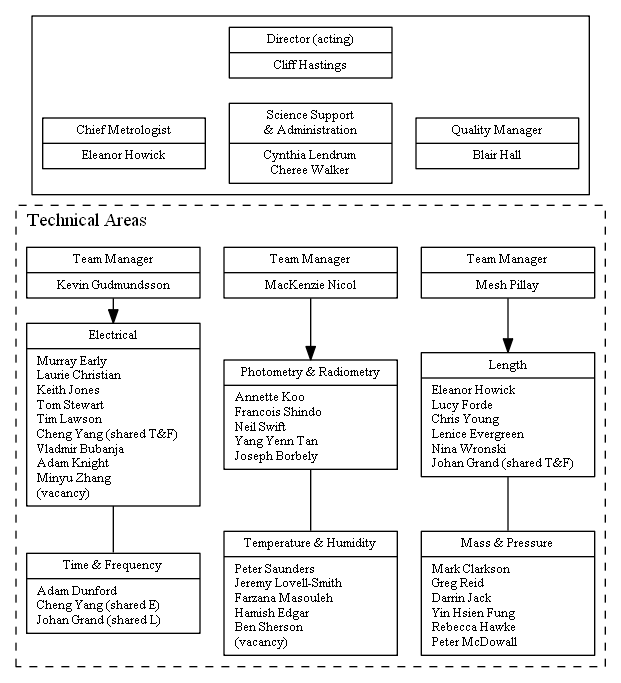
The Graphviz diagram quality_manual_document/pictures/MSL_org_full.png in MSLNZ/Quality-Manual, before a commit. Its source is kept beside it as quality_manual_document/pictures/MSL_org_full.gv.
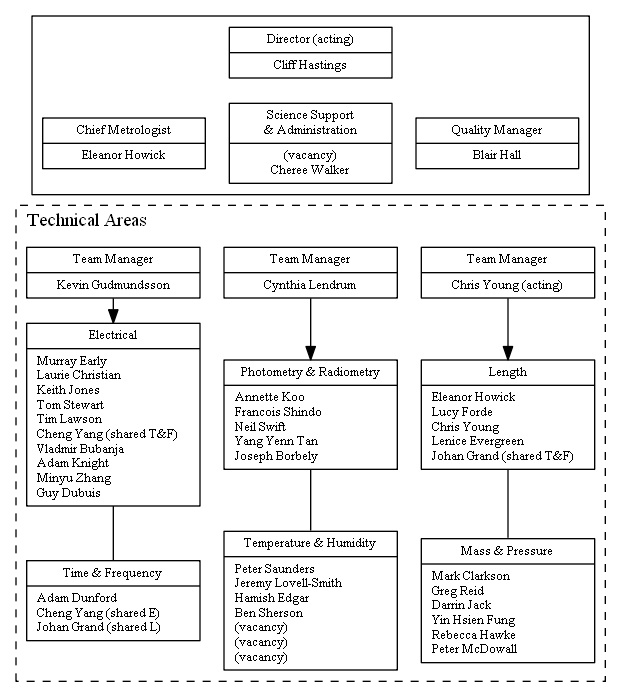
The same file after the commit.

What changed in the source:
```diff
@@ -29,7 +29,7 @@
         {rank=same; B2, D, B1 ; }
 
         QM [label="{Quality Manager|Blair Hall}" ];
-        SSC[label="{Science Support\n& Administration|Cynthia Lendrum\nCheree Walker}" ];
+        SSC[label="{Science Support\n& Administration|(vacancy)\nCheree Walker}" ];
         CM [label="{Chief Metrologist|Eleanor Howick}" ];
 
         {rank=same; QM, SSC, CM; }
@@ -59,14 +59,14 @@
 
         TeamLengthMass[
             label="{Team Manager|"
-            +   "Mesh Pillay\n"
+            +   "Chris Young (acting)\n"
             +   "}"
         ];
 
 
         TeamTemperatureLight[
             label="{Team Manager|"
-            +   "MacKenzie Nicol\n"
+            +   "Cynthia Lendrum\n"
             +   "}"
         ];
 
@@ -83,7 +83,6 @@
         +   "Lucy Forde\l"
         +   "Chris Young\l"
         +   "Lenice Evergreen\l"
-        +   "Nina Wronski\l"
         +	"Johan Grand (shared T&F)\l"
         +   "}"
         ];
@@ -108,7 +107,7 @@
         +	"Vladmir Bubanja\l"
         +	"Adam Knight\l"
         +	"Minyu Zhang\l"
-        +   "(vacancy)\l"
+        +   "Guy Dubuis\l"
         +   "}"
         ];
 
@@ -125,9 +124,10 @@
         S_temperature_humidity [label = "{Temperature & Humidity|  "
         +   "Peter Saunders\l"
         +	"Jeremy Lovell-Smith\l"
-        + 	"Farzana Masouleh\l"
         +	"Hamish Edgar\l"
         +	"Ben Sherson\l"
+        +   "(vacancy)\l"
+        +   "(vacancy)\l"
         +   "(vacancy)\l"
         +   "}"
         ];
```
